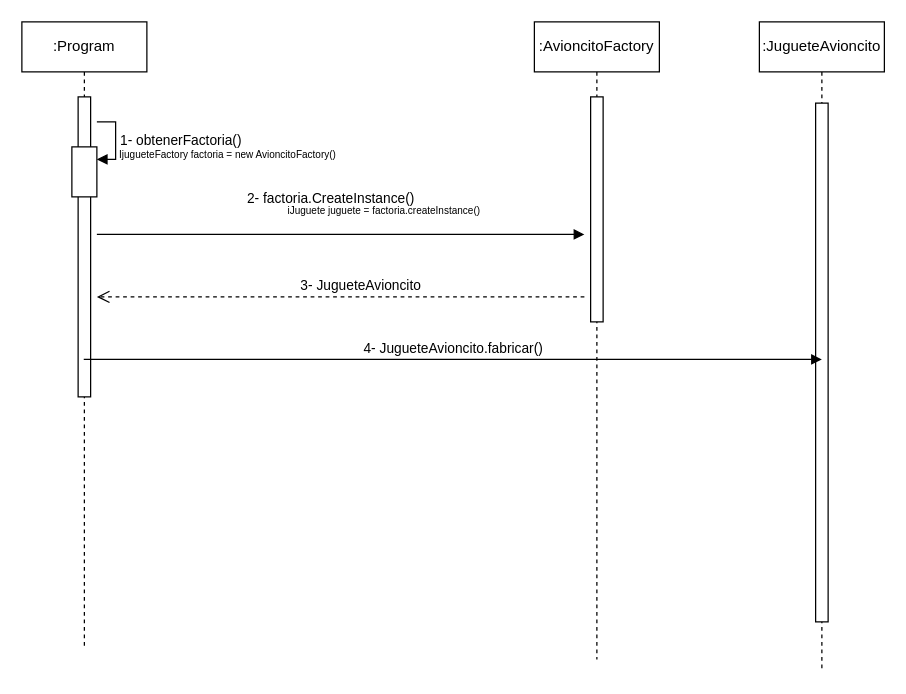
The draw.io diagram ejercicios/FACTORY-METHOD/ds/ej4.drawio in tomas-nobile/PR2-D, before the edit. Source tidied: cells renumbered, new cells numbered last; positions are measured from the earlier drawing's top-left corner, leaving out a move shared by most shapes. Both pictures are drawn from the tidied source at 125%, with x=0, y=0 at pixel (21, 21).
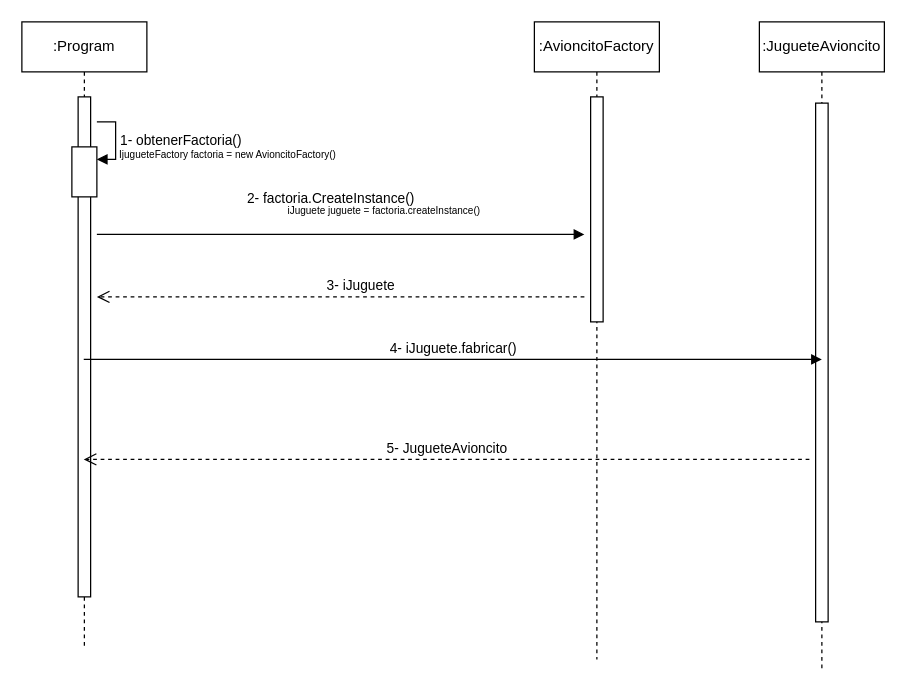
The same page after the edit.

Unchanged cells that the change refers to:
```xml
<mxCell id="2" value=":Program" style="shape=umlLifeline;perimeter=lifelinePerimeter;whiteSpace=wrap;html=1;outlineConnect=0;portConstraint=eastwest;newEdgeStyle={&quot;edgeStyle&quot;:&quot;elbowEdgeStyle&quot;,&quot;elbow&quot;:&quot;vertical&quot;,&quot;curved&quot;:0,&quot;rounded&quot;:0};" parent="1" vertex="1">
  <mxGeometry width="100" height="500" as="geometry" />
</mxCell>
```

Change to the diagram source:
```diff
@@
     <mxCell id="3" style="html=1;perimeter=orthogonalPerimeter;targetShapes=umlLifeline;newEdgeStyle={&quot;edgeStyle&quot;:&quot;elbowEdgeStyle&quot;,&quot;elbow&quot;:&quot;vertical&quot;,&quot;curved&quot;:0,&quot;rounded&quot;:0};" parent="2" vertex="1">
-      <mxGeometry x="45" y="60" width="10" height="240" as="geometry" />
+      <mxGeometry x="45" y="60" width="10" height="400" as="geometry" />
     </mxCell>
@@
-    <mxCell id="11" value="3- JugueteAvioncito" style="html=1;verticalAlign=bottom;endArrow=open;dashed=1;endSize=8;edgeStyle=elbowEdgeStyle;elbow=vertical;curved=0;rounded=0;" parent="1" edge="1">
+    <mxCell id="11" value="3- iJuguete" style="html=1;verticalAlign=bottom;endArrow=open;dashed=1;endSize=8;edgeStyle=elbowEdgeStyle;elbow=vertical;curved=0;rounded=0;" parent="1" edge="1">
       <mxGeometry x="-0.08" relative="1" as="geometry">
         <mxPoint x="450" y="220" as="sourcePoint" />
         <mxPoint x="60" y="220" as="targetPoint" />
         <Array as="points">
           <mxPoint x="340" y="220" />
         </Array>
       </mxGeometry>
     </mxCell>
@@
-    <mxCell id="14" value="4- JugueteAvioncito.fabricar()" style="html=1;verticalAlign=bottom;endArrow=block;edgeStyle=elbowEdgeStyle;elbow=vertical;curved=0;rounded=0;" parent="1" edge="1" source="2">
+    <mxCell id="14" value="4- iJuguete.fabricar()" style="html=1;verticalAlign=bottom;endArrow=block;edgeStyle=elbowEdgeStyle;elbow=vertical;curved=0;rounded=0;" parent="1" edge="1" source="2">
       <mxGeometry relative="1" as="geometry">
         <mxPoint x="640" y="270" as="targetPoint" />
         <Array as="points">
           <mxPoint x="400" y="270" />
         </Array>
       </mxGeometry>
     </mxCell>
+    <mxCell id="15" value="5- JugueteAvioncito" style="html=1;verticalAlign=bottom;endArrow=open;dashed=1;endSize=8;edgeStyle=elbowEdgeStyle;elbow=vertical;curved=0;rounded=0;" parent="1" edge="1" target="2">
+      <mxGeometry relative="1" as="geometry">
+        <mxPoint x="630" y="350" as="sourcePoint" />
+      </mxGeometry>
+    </mxCell>
```
